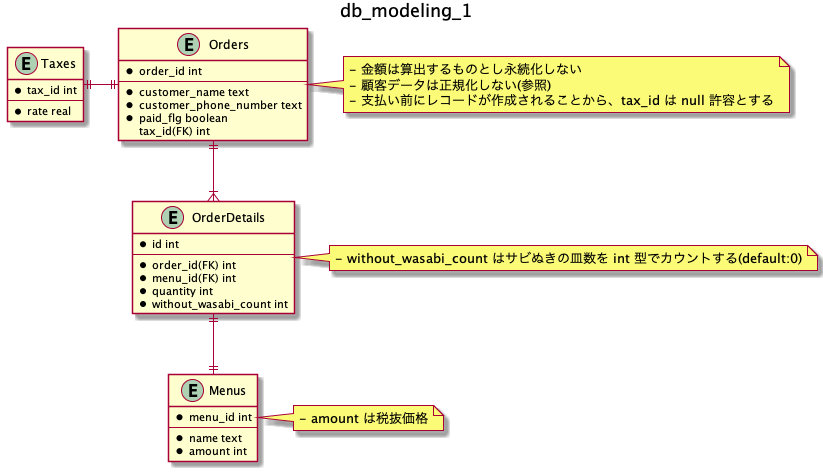
Before: database/db_modeling_1/issue_1/db_modeling_1.png, a diagram exported from PlantUML (haratak/praha_challenge). Its source is kept beside it as database/db_modeling_1/issue_1/db_modeling_1.pu. Source of this version:
```plantuml
@startuml db_modeling_1
title
db_modeling_1
end title

entity Orders {
    * order_id int
    --
    * customer_name text
    * customer_phone_number text
    * paid_flg boolean
    tax_id(FK) int
}
entity OrderDetails{
    * id int
    --
    * order_id(FK) int
    * menu_id(FK) int
    * quantity int
    * without_wasabi_count int
}
entity Menus{
    * menu_id int
    --
    * name text
    * amount int
}
entity Taxes{
    * tax_id int
    --
    * rate real
}

Orders ||--|{ OrderDetails
Taxes ||-|| Orders
OrderDetails ||--|| Menus
note right of Orders : - 金額は算出するものとし永続化しない\n- 顧客データは正規化しない(顧客情報について参照)\n- 支払い前にレコードが作成されることから、tax_id は null 許容とする
note right of OrderDetails : - without_wasabi_count はサビぬきの皿数を int 型でカウントする(default:0)
note right of Menus : - amount は税抜価格

@enduml
```
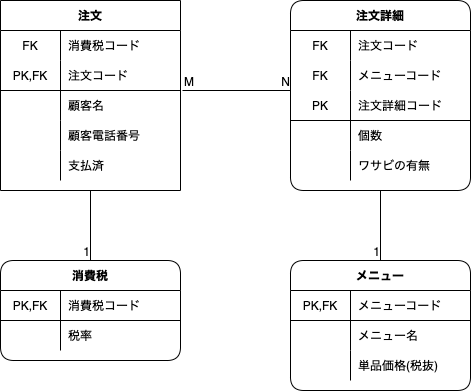
After the change.

Change to the diagram source:
```diff
@@ -3,39 +3,39 @@
 db_modeling_1
 end title
 
-entity Orders {
-    * order_id int
+entity 注文 {
+    消費税コード(FK)
+    注文コード
     --
-    * customer_name text
-    * customer_phone_number text
-    * paid_flg boolean
-    tax_id(FK) int
+    顧客名
+    顧客電話番号
+    支払済
 }
-entity OrderDetails{
-    * id int
+entity 注文詳細 {
+    id
     --
-    * order_id(FK) int
-    * menu_id(FK) int
-    * quantity int
-    * without_wasabi_count int
+    order_id(FK)
+    menu_id(FK)
+    quantity
+    without_wasabi_count
 }
-entity Menus{
-    * menu_id int
+entity {
+    menu_id
     --
-    * name text
-    * amount int
+    name
+    amount
 }
-entity Taxes{
-    * tax_id int
+entity 消費税{
+    消費税コード
     --
-    * rate real
+    税率
 }
 
-Orders ||--|{ OrderDetails
-Taxes ||-|| Orders
-OrderDetails ||--|| Menus
-note right of Orders : - 金額は算出するものとし永続化しない\n- 顧客データは正規化しない(顧客情報について参照)\n- 支払い前にレコードが作成されることから、tax_id は null 許容とする
-note right of OrderDetails : - without_wasabi_count はサビぬきの皿数を int 型でカウントする(default:0)
+注文 ||--|{ 注文詳細
+消費税 ||-||注文
+注文詳細 ||--|| Menus
+note right of 注文 : - 金額は算出するものとし永続化しない\n- 顧客データは正規化しない(顧客情報について参照)\n- 支払い前にレコードが作成されることから、tax_id は null 許容とする
+note right of 注文詳細 : - without_wasabi_count はサビぬきの皿数を int 型でカウントする(default:0)
 note right of Menus : - amount は税抜価格
 
 @enduml
```
